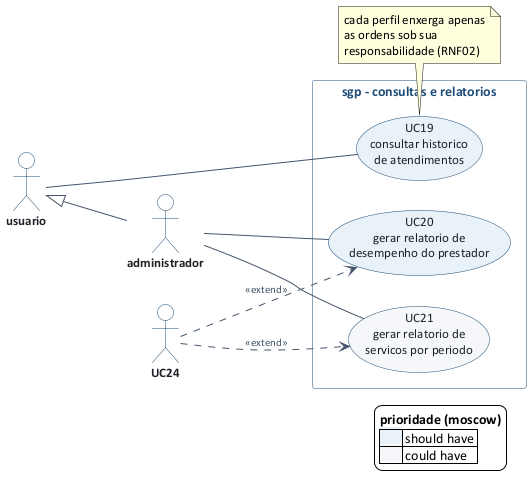
The PlantUML diagram diagramas/caso-de-uso-consultas.png in igorschiniegoski/Atividade-Sabine, before a commit. Source of this version:
```plantuml
@startuml caso-de-uso-consultas
!include _estilo.puml
left to right direction

actor "usuario" as USR
actor "administrador" as ADM

rectangle "sgp - consultas e relatorios" {
  usecase "UC19\nconsultar historico\nde atendimentos" as UC19 #e8f0f8
  usecase "UC20\ngerar relatorio de\ndesempenho do prestador" as UC20 #e8f0f8
  usecase "UC21\ngerar relatorio de\nservicos por periodo" as UC21 #f4f7fa
}

USR <|-- ADM
USR -- UC19
ADM -- UC20
ADM -- UC21

UC24 ..> UC20 : <<extend>>
UC24 ..> UC21 : <<extend>>

note bottom of UC19
  cada perfil enxerga apenas
  as ordens sob sua
  responsabilidade (RNF02)
end note

legend right
  <b>prioridade (moscow)</b>
  |<back:#e8f0f8>       </back>| should have |
  |<back:#f4f7fa>       </back>| could have |
endlegend
@enduml
```
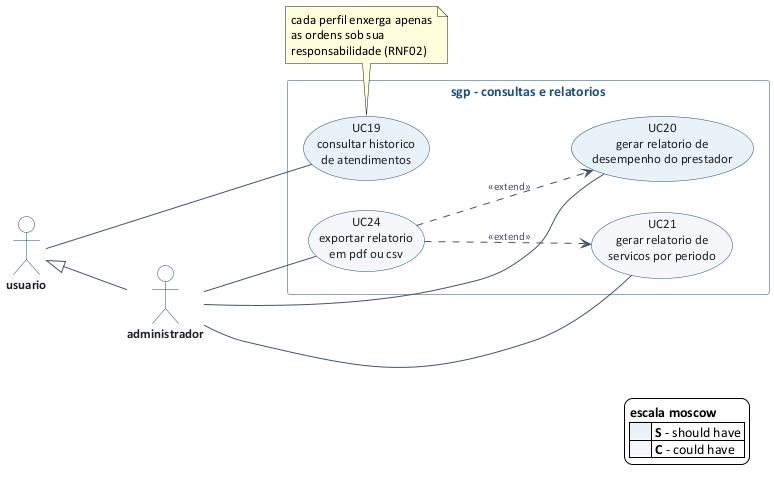
Later version of the same file.

Change to the diagram source:
```diff
@@ -9,12 +9,14 @@
   usecase "UC19\nconsultar historico\nde atendimentos" as UC19 #e8f0f8
   usecase "UC20\ngerar relatorio de\ndesempenho do prestador" as UC20 #e8f0f8
   usecase "UC21\ngerar relatorio de\nservicos por periodo" as UC21 #f4f7fa
+  usecase "UC24\nexportar relatorio\nem pdf ou csv" as UC24 #f4f7fa
 }
 
 USR <|-- ADM
 USR -- UC19
 ADM -- UC20
 ADM -- UC21
+ADM -- UC24
 
 UC24 ..> UC20 : <<extend>>
 UC24 ..> UC21 : <<extend>>
@@ -26,8 +28,8 @@
 end note
 
 legend right
-  <b>prioridade (moscow)</b>
-  |<back:#e8f0f8>       </back>| should have |
-  |<back:#f4f7fa>       </back>| could have |
+  <b>escala moscow</b>
+  |<back:#e8f0f8>       </back>| <b>S</b> - should have |
+  |<back:#f4f7fa>       </back>| <b>C</b> - could have |
 endlegend
 @enduml
```
